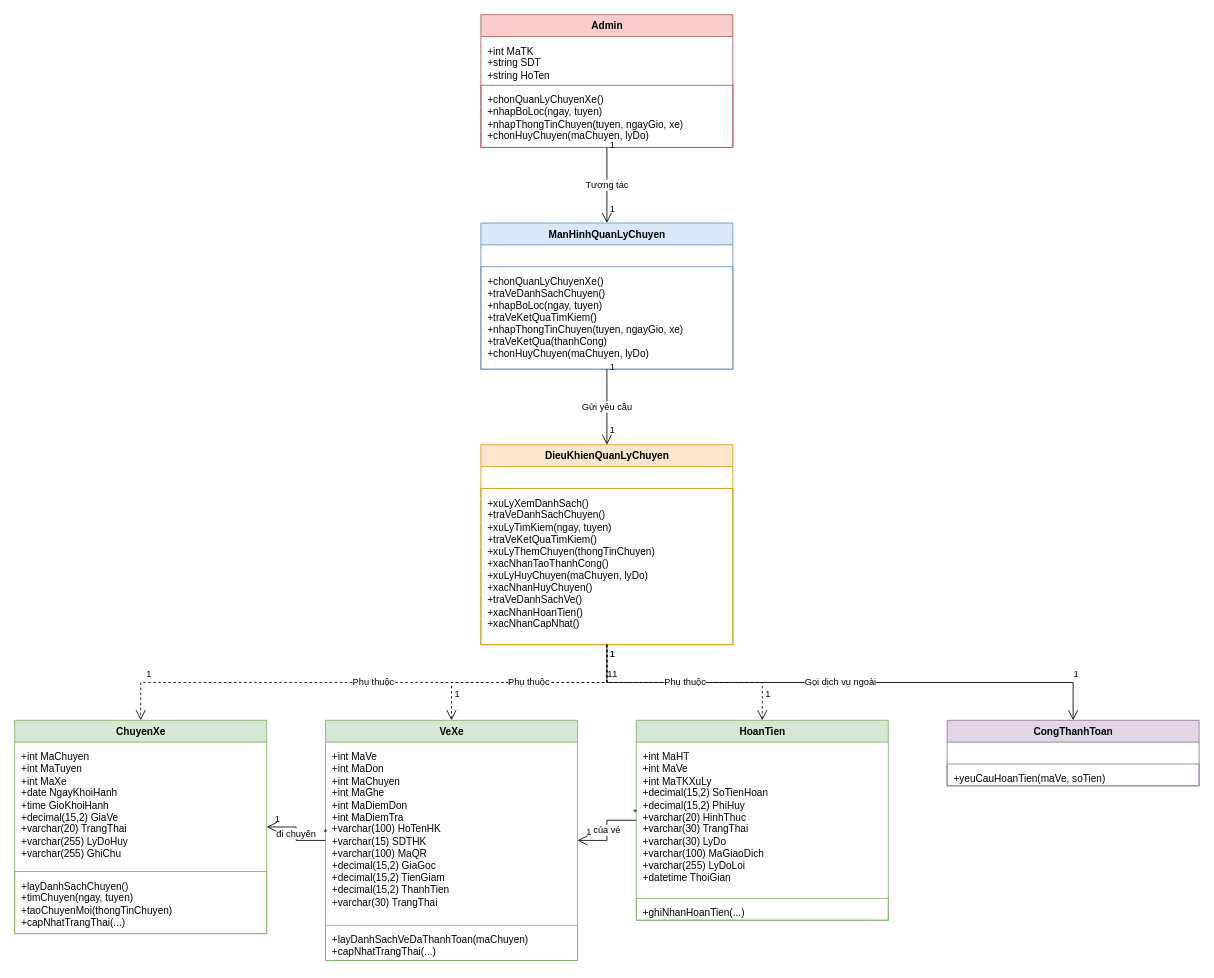
The draw.io diagram page "2.12. Quản lý chuyến xe & lịch trình (UC13)" (15 of 20) of docs/class/ClassDiagram_DatVeXeKhach.drawio in Longcodepro/Project_OOAD_HK1_2026-2027, before the edit. Source tidied: cells renumbered, new cells numbered last; positions are measured from the earlier drawing's top-left corner, leaving out a move shared by most shapes. Both pictures are drawn from the tidied source at 84%, with x=0, y=0 at pixel (14, 14).
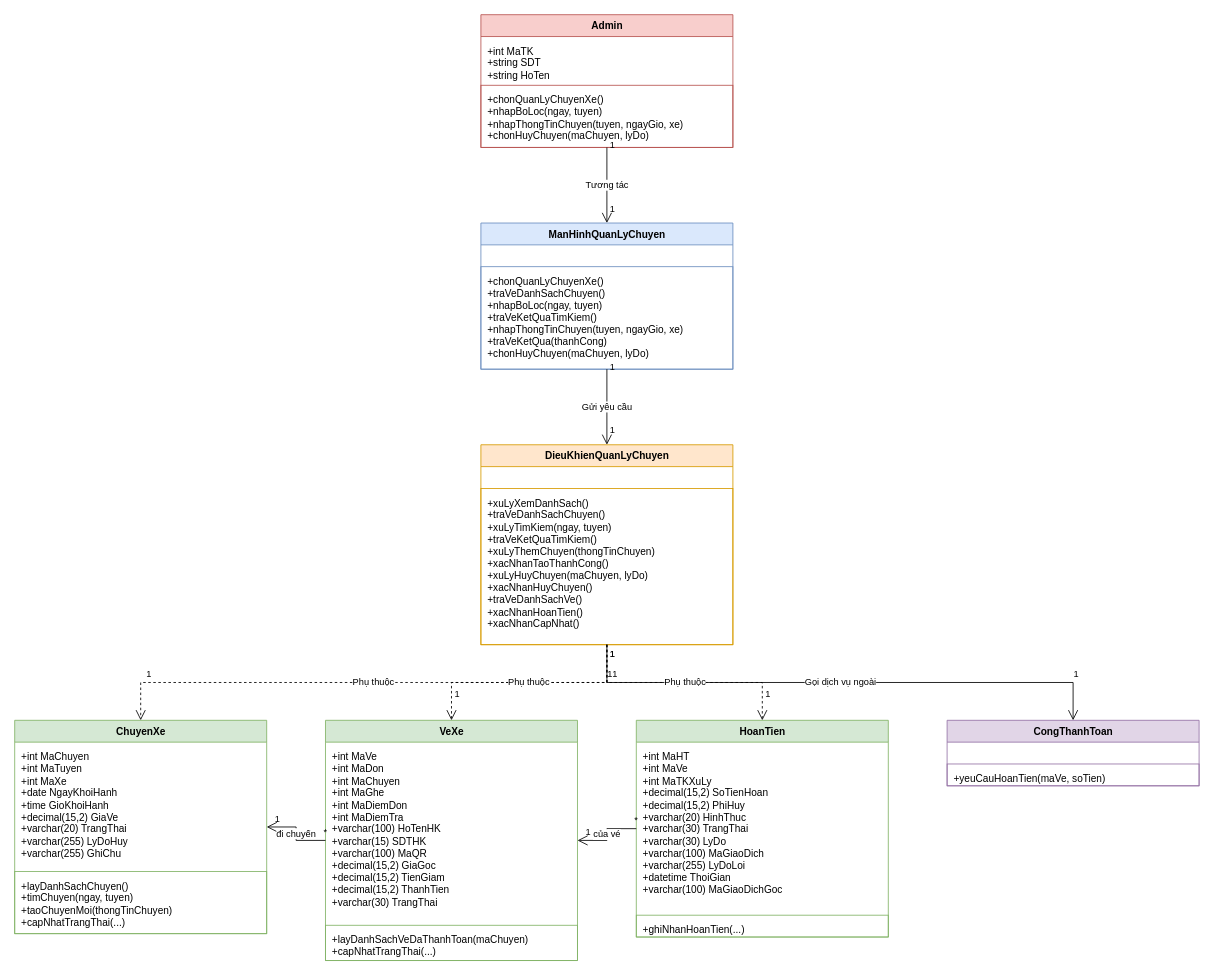
The same diagram, later.

Diff of the diagram source:
```diff
@@
     <mxCell id="17" value="HoanTien" style="swimlane;fontStyle=1;align=center;verticalAlign=top;startSize=26;html=1;fillColor=#d5e8d4;strokeColor=#82b366;" parent="1" vertex="1">
-      <mxGeometry x="740" y="840" width="300" height="238" as="geometry" />
+      <mxGeometry x="740" y="840" width="300" height="258" as="geometry" />
     </mxCell>
-    <mxCell id="18" value="+int MaHT&lt;br&gt;+int MaVe&lt;br&gt;+int MaTKXuLy&lt;br&gt;+decimal(15,2) SoTienHoan&lt;br&gt;+decimal(15,2) PhiHuy&lt;br&gt;+varchar(20) HinhThuc&lt;br&gt;+varchar(30) TrangThai&lt;br&gt;+varchar(30) LyDo&lt;br&gt;+varchar(100) MaGiaoDich&lt;br&gt;+varchar(255) LyDoLoi&lt;br&gt;+datetime ThoiGian" style="text;align=left;verticalAlign=top;spacingLeft=6;spacingTop=4;html=1;whiteSpace=wrap;overflow=hidden;" parent="17" vertex="1">
-      <mxGeometry y="26" width="300" height="186" as="geometry" />
+    <mxCell id="18" value="+int MaHT&lt;br&gt;+int MaVe&lt;br&gt;+int MaTKXuLy&lt;br&gt;+decimal(15,2) SoTienHoan&lt;br&gt;+decimal(15,2) PhiHuy&lt;br&gt;+varchar(20) HinhThuc&lt;br&gt;+varchar(30) TrangThai&lt;br&gt;+varchar(30) LyDo&lt;br&gt;+varchar(100) MaGiaoDich&lt;br&gt;+varchar(255) LyDoLoi&lt;br&gt;+datetime ThoiGian&lt;br&gt;+varchar(100) MaGiaoDichGoc" style="text;align=left;verticalAlign=top;spacingLeft=6;spacingTop=4;html=1;whiteSpace=wrap;overflow=hidden;" parent="17" vertex="1">
+      <mxGeometry y="26" width="300" height="206" as="geometry" />
     </mxCell>
     <mxCell id="19" value="+ghiNhanHoanTien(...)" style="text;align=left;verticalAlign=top;spacingLeft=6;spacingTop=4;html=1;whiteSpace=wrap;overflow=hidden;strokeColor=#82b366;" parent="17" vertex="1">
-      <mxGeometry y="212" width="300" height="26" as="geometry" />
+      <mxGeometry y="232" width="300" height="26" as="geometry" />
     </mxCell>
```
